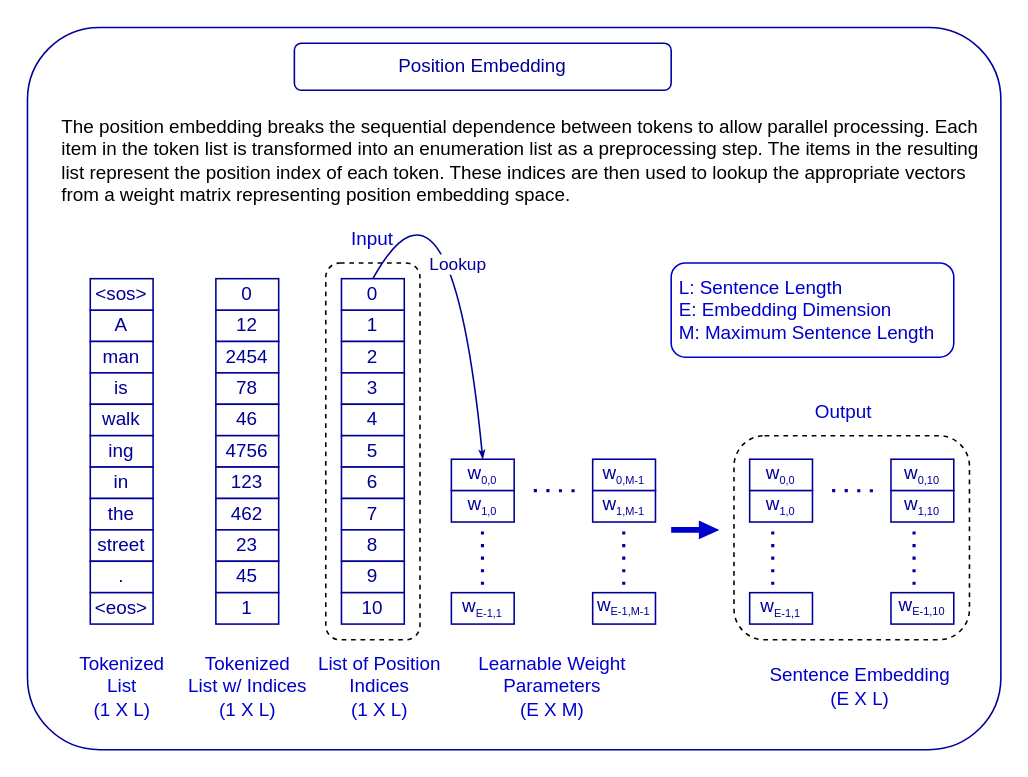
The draw.io diagram docs/assets/position_embedding.drawio in mathadoor/TransformerExposition, before the edit. Source tidied: cells renumbered, new cells numbered last; positions are measured from the earlier drawing's top-left corner, leaving out a move shared by most shapes. Both pictures are drawn from the tidied source at 157%, with x=0, y=0 at pixel (27, 27).
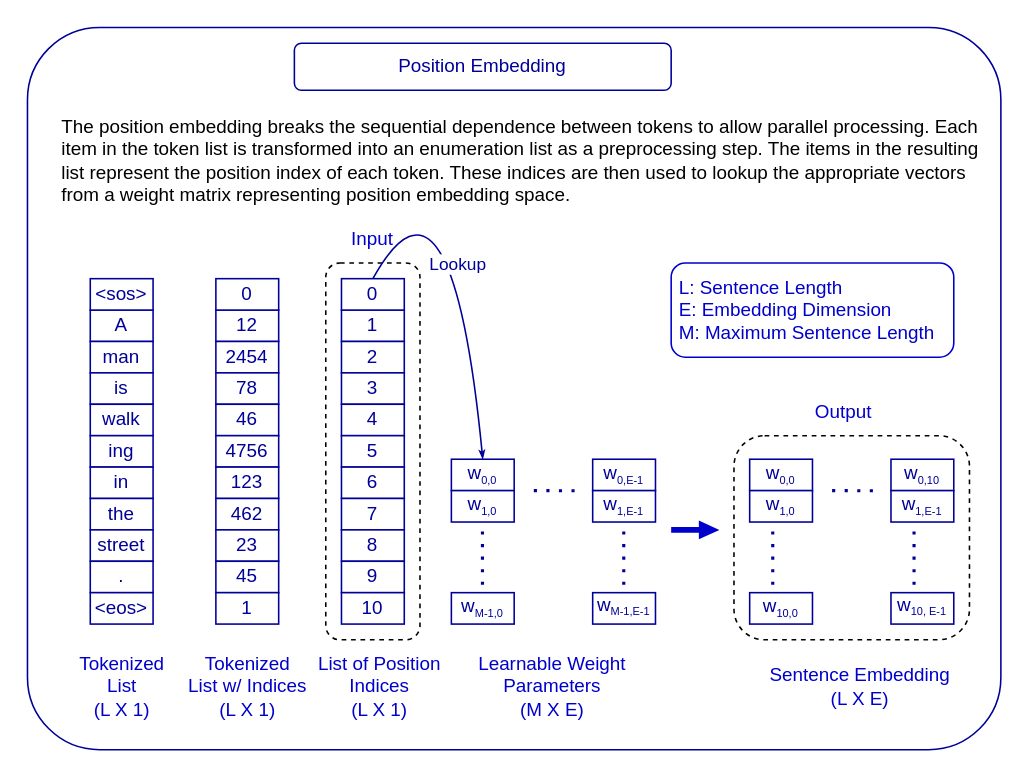
The same page after the edit.

The change refers to these unchanged cells:
```xml
<mxCell id="6" style="group;" parent="1" vertex="1">
  <mxGeometry x="40" y="160" width="500" height="230" as="geometry" />
</mxCell>
```

Diff of the diagram source:
```diff
@@
-    <mxCell id="32" value="&lt;font color=&quot;#000099&quot;&gt;w&lt;sub&gt;&lt;font style=&quot;font-size: 7px;&quot;&gt;E-1,1&lt;/font&gt;&lt;/sub&gt;&lt;/font&gt;" style="rounded=0;whiteSpace=wrap;html=1;strokeColor=#000099;" parent="6" vertex="1">
+    <mxCell id="32" value="&lt;font color=&quot;#000099&quot;&gt;w&lt;sub&gt;&lt;font style=&quot;font-size: 7px;&quot;&gt;M-1,0&lt;/font&gt;&lt;/sub&gt;&lt;/font&gt;" style="rounded=0;whiteSpace=wrap;html=1;strokeColor=#000099;" parent="6" vertex="1">
       <mxGeometry x="230" y="200" width="40" height="20" as="geometry" />
     </mxCell>
@@
-    <mxCell id="34" value="&lt;font color=&quot;#000099&quot;&gt;w&lt;sub&gt;&lt;font style=&quot;font-size: 7px;&quot;&gt;0,M-1&lt;/font&gt;&lt;/sub&gt;&lt;/font&gt;" style="rounded=0;whiteSpace=wrap;html=1;strokeColor=#000099;" parent="6" vertex="1">
+    <mxCell id="34" value="&lt;font color=&quot;#000099&quot;&gt;w&lt;sub&gt;&lt;font style=&quot;font-size: 7px;&quot;&gt;0,E-1&lt;/font&gt;&lt;/sub&gt;&lt;/font&gt;" style="rounded=0;whiteSpace=wrap;html=1;strokeColor=#000099;" parent="6" vertex="1">
       <mxGeometry x="320" y="115" width="40" height="20" as="geometry" />
     </mxCell>
-    <mxCell id="35" value="&lt;font color=&quot;#000099&quot;&gt;w&lt;sub&gt;&lt;font style=&quot;font-size: 7px;&quot;&gt;1,M-1&lt;/font&gt;&lt;/sub&gt;&lt;/font&gt;" style="rounded=0;whiteSpace=wrap;html=1;strokeColor=#000099;" parent="6" vertex="1">
+    <mxCell id="35" value="&lt;font color=&quot;#000099&quot;&gt;w&lt;sub&gt;&lt;font style=&quot;font-size: 7px;&quot;&gt;1,E-1&lt;/font&gt;&lt;/sub&gt;&lt;/font&gt;" style="rounded=0;whiteSpace=wrap;html=1;strokeColor=#000099;" parent="6" vertex="1">
       <mxGeometry x="320" y="135" width="40" height="20" as="geometry" />
     </mxCell>
-    <mxCell id="36" value="&lt;p style=&quot;line-height: 10%;&quot;&gt;&lt;font color=&quot;#000099&quot;&gt;w&lt;sub&gt;&lt;font style=&quot;font-size: 7px;&quot;&gt;E-1,M-1&lt;/font&gt;&lt;/sub&gt;&lt;/font&gt;&lt;/p&gt;" style="rounded=0;whiteSpace=wrap;html=1;strokeColor=#000099;" parent="6" vertex="1">
+    <mxCell id="36" value="&lt;p style=&quot;line-height: 10%;&quot;&gt;&lt;font color=&quot;#000099&quot;&gt;w&lt;sub&gt;&lt;font style=&quot;font-size: 7px;&quot;&gt;M-1,E-1&lt;/font&gt;&lt;/sub&gt;&lt;/font&gt;&lt;/p&gt;" style="rounded=0;whiteSpace=wrap;html=1;strokeColor=#000099;" parent="6" vertex="1">
       <mxGeometry x="320" y="200" width="40" height="20" as="geometry" />
     </mxCell>
@@
-    <mxCell id="42" value="&lt;font color=&quot;#000099&quot;&gt;w&lt;sub&gt;&lt;font style=&quot;font-size: 7px;&quot;&gt;E-1,1&lt;/font&gt;&lt;/sub&gt;&lt;/font&gt;" style="rounded=0;whiteSpace=wrap;html=1;strokeColor=#000099;" parent="6" vertex="1">
+    <mxCell id="42" value="&lt;font color=&quot;#000099&quot;&gt;w&lt;sub&gt;&lt;font style=&quot;font-size: 7px;&quot;&gt;10,0&lt;/font&gt;&lt;/sub&gt;&lt;/font&gt;" style="rounded=0;whiteSpace=wrap;html=1;strokeColor=#000099;" parent="6" vertex="1">
       <mxGeometry x="420" y="200" width="40" height="20" as="geometry" />
     </mxCell>
@@
-    <mxCell id="45" value="&lt;font color=&quot;#000099&quot;&gt;w&lt;sub&gt;&lt;font style=&quot;font-size: 7px;&quot;&gt;1,10&lt;/font&gt;&lt;/sub&gt;&lt;/font&gt;" style="rounded=0;whiteSpace=wrap;html=1;strokeColor=#000099;" parent="6" vertex="1">
+    <mxCell id="45" value="&lt;font color=&quot;#000099&quot;&gt;w&lt;sub&gt;&lt;font style=&quot;font-size: 7px;&quot;&gt;1,E-1&lt;/font&gt;&lt;/sub&gt;&lt;/font&gt;" style="rounded=0;whiteSpace=wrap;html=1;strokeColor=#000099;" parent="6" vertex="1">
       <mxGeometry x="510" y="135" width="40" height="20" as="geometry" />
     </mxCell>
-    <mxCell id="46" value="&lt;p style=&quot;line-height: 10%;&quot;&gt;&lt;font color=&quot;#000099&quot;&gt;w&lt;sub&gt;&lt;font style=&quot;font-size: 7px;&quot;&gt;E-1,10&lt;/font&gt;&lt;/sub&gt;&lt;/font&gt;&lt;/p&gt;" style="rounded=0;whiteSpace=wrap;html=1;strokeColor=#000099;" parent="6" vertex="1">
+    <mxCell id="46" value="&lt;p style=&quot;line-height: 10%;&quot;&gt;&lt;font color=&quot;#000099&quot;&gt;w&lt;sub&gt;&lt;font style=&quot;font-size: 7px;&quot;&gt;10, E-1&lt;/font&gt;&lt;/sub&gt;&lt;/font&gt;&lt;/p&gt;" style="rounded=0;whiteSpace=wrap;html=1;strokeColor=#000099;" parent="6" vertex="1">
       <mxGeometry x="510" y="200" width="40" height="20" as="geometry" />
     </mxCell>
@@
-    <mxCell id="62" value="&lt;font color=&quot;#0000cc&quot;&gt;Tokenized&lt;br&gt;List&lt;br&gt;(1 X L)&lt;br&gt;&lt;/font&gt;" style="text;html=1;align=center;verticalAlign=middle;strokeColor=none;fillColor=none;" parent="1" vertex="1">
+    <mxCell id="62" value="&lt;font color=&quot;#0000cc&quot;&gt;Tokenized&lt;br&gt;List&lt;br&gt;(L X 1)&lt;br&gt;&lt;/font&gt;" style="text;html=1;align=center;verticalAlign=middle;strokeColor=none;fillColor=none;" parent="1" vertex="1">
       <mxGeometry x="20" y="390" width="80" height="60" as="geometry" />
     </mxCell>
-    <mxCell id="63" value="&lt;font color=&quot;#0000cc&quot;&gt;Tokenized&lt;br&gt;List w/ Indices&lt;br&gt;(1 X L)&lt;br&gt;&lt;/font&gt;" style="text;html=1;align=center;verticalAlign=middle;strokeColor=none;fillColor=none;" parent="1" vertex="1">
+    <mxCell id="63" value="&lt;font color=&quot;#0000cc&quot;&gt;Tokenized&lt;br&gt;List w/ Indices&lt;br&gt;(L X 1)&lt;br&gt;&lt;/font&gt;" style="text;html=1;align=center;verticalAlign=middle;strokeColor=none;fillColor=none;" parent="1" vertex="1">
       <mxGeometry x="90" y="390" width="100" height="60" as="geometry" />
     </mxCell>
-    <mxCell id="64" value="&lt;font color=&quot;#0000cc&quot;&gt;Learnable Weight &lt;br&gt;Parameters&lt;br&gt;(E X M)&lt;br&gt;&lt;/font&gt;" style="text;html=1;align=center;verticalAlign=middle;strokeColor=none;fillColor=none;" parent="1" vertex="1">
+    <mxCell id="64" value="&lt;font color=&quot;#0000cc&quot;&gt;Learnable Weight &lt;br&gt;Parameters&lt;br&gt;(M X E)&lt;br&gt;&lt;/font&gt;" style="text;html=1;align=center;verticalAlign=middle;strokeColor=none;fillColor=none;" parent="1" vertex="1">
       <mxGeometry x="274" y="390" width="120" height="60" as="geometry" />
     </mxCell>
-    <mxCell id="65" value="&lt;font color=&quot;#0000cc&quot;&gt;Sentence Embedding&lt;br&gt;(E X L)&lt;br&gt;&lt;/font&gt;" style="text;html=1;align=center;verticalAlign=middle;strokeColor=none;fillColor=none;" parent="1" vertex="1">
+    <mxCell id="65" value="&lt;font color=&quot;#0000cc&quot;&gt;Sentence Embedding&lt;br&gt;(L X E)&lt;br&gt;&lt;/font&gt;" style="text;html=1;align=center;verticalAlign=middle;strokeColor=none;fillColor=none;" parent="1" vertex="1">
       <mxGeometry x="460" y="400" width="140" height="40" as="geometry" />
     </mxCell>
@@
-    <mxCell id="69" value="&lt;font color=&quot;#0000cc&quot;&gt;List of Position&lt;br&gt;Indices&lt;br&gt;(1 X L)&lt;br&gt;&lt;/font&gt;" style="text;html=1;align=center;verticalAlign=middle;strokeColor=none;fillColor=none;" parent="1" vertex="1">
+    <mxCell id="69" value="&lt;font color=&quot;#0000cc&quot;&gt;List of Position&lt;br&gt;Indices&lt;br&gt;(L X 1)&lt;br&gt;&lt;/font&gt;" style="text;html=1;align=center;verticalAlign=middle;strokeColor=none;fillColor=none;" parent="1" vertex="1">
       <mxGeometry x="174" y="390" width="100" height="60" as="geometry" />
     </mxCell>
```
